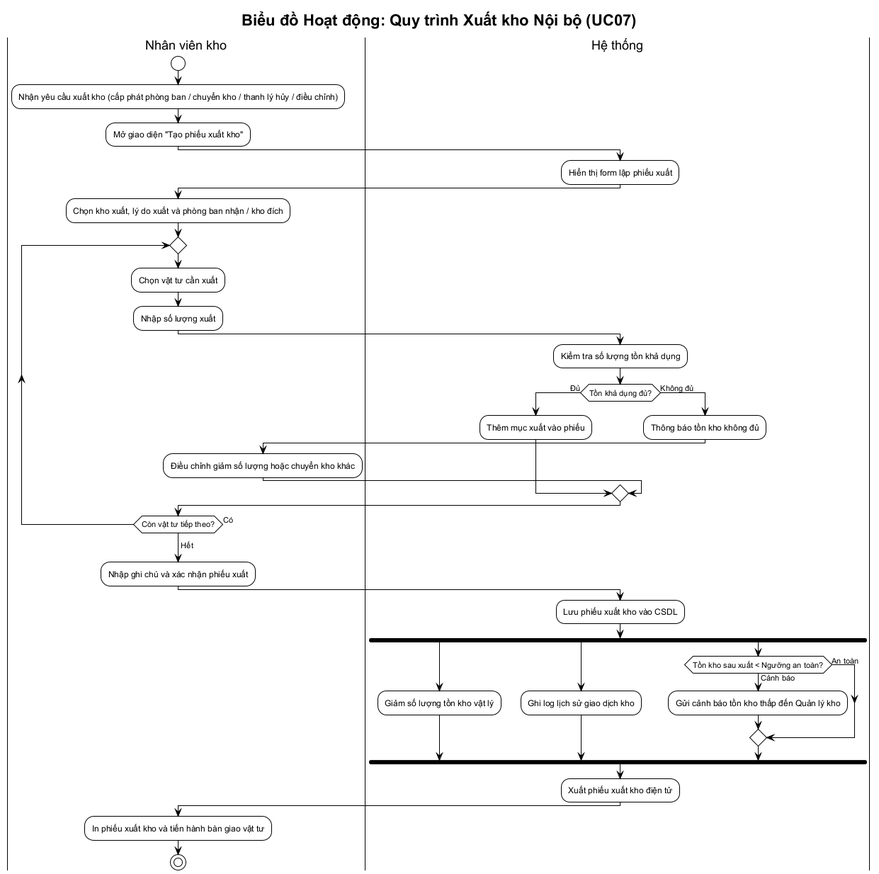
This is BTL-QuanLyKhoHang/diagrams/activity-xuat-kho.png from vuhoabinh2416137/G8_Quanlysanphamvakhohang, a PlantUML export, as it was before one commit.
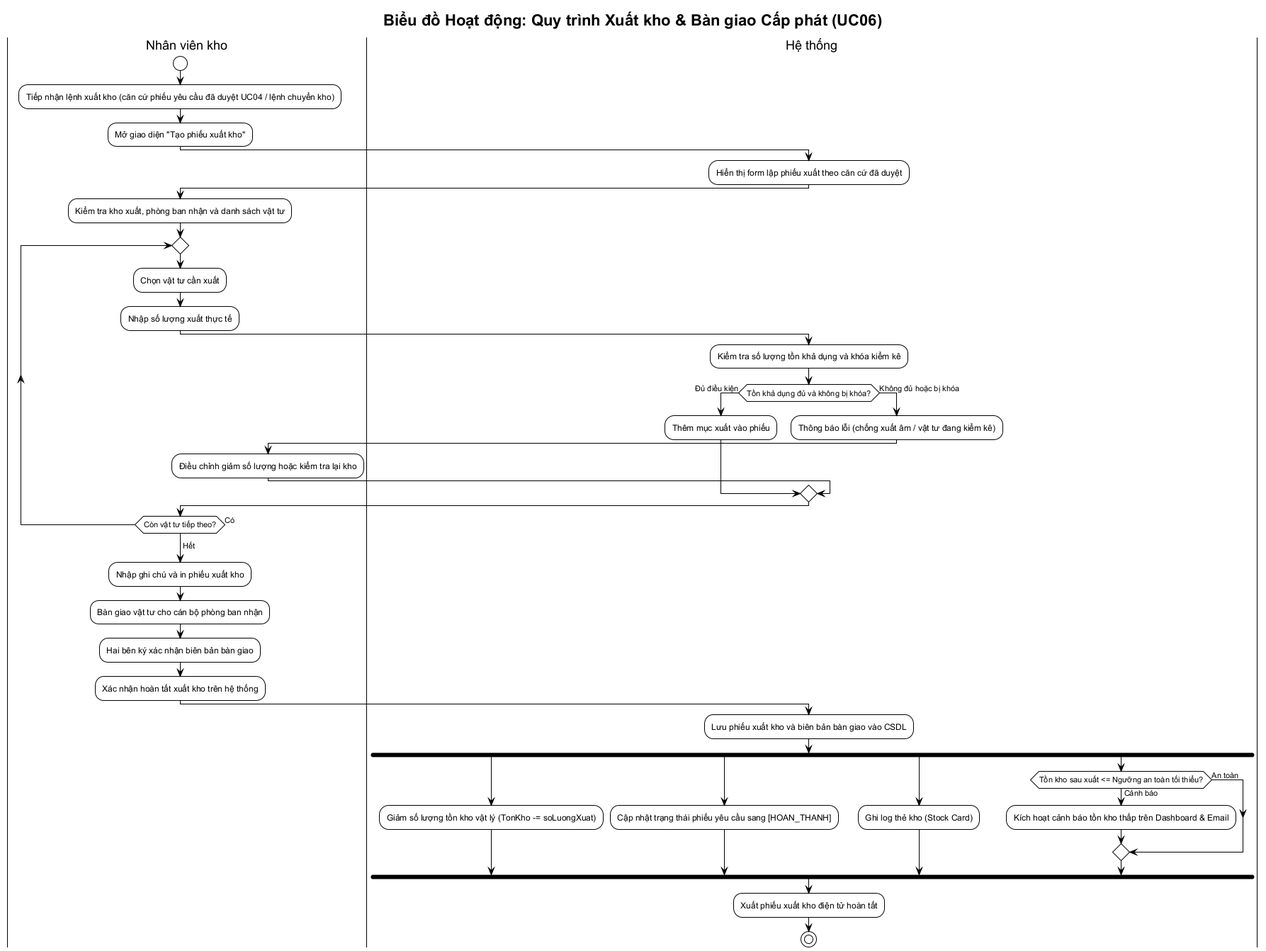
The same diagram one commit later.

What changed in the source:
```diff
@@ -1,52 +1,55 @@
 @startuml activity-xuat-kho
 !theme plain
 skinparam defaultFontName "Arial"
-title Biểu đồ Hoạt động: Quy trình Xuất kho Nội bộ (UC07)
+title Biểu đồ Hoạt động: Quy trình Xuất kho & Bàn giao Cấp phát (UC06)
 
 |Nhân viên kho|
 start
-:Nhận yêu cầu xuất kho (cấp phát phòng ban / chuyển kho / thanh lý hủy / điều chỉnh);
+:Tiếp nhận lệnh xuất kho (căn cứ phiếu yêu cầu đã duyệt UC04 / lệnh chuyển kho);
 :Mở giao diện "Tạo phiếu xuất kho";
 
 |Hệ thống|
-:Hiển thị form lập phiếu xuất;
+:Hiển thị form lập phiếu xuất theo căn cứ đã duyệt;
 
 |Nhân viên kho|
-:Chọn kho xuất, lý do xuất và phòng ban nhận / kho đích;
+:Kiểm tra kho xuất, phòng ban nhận và danh sách vật tư;
 repeat
     :Chọn vật tư cần xuất;
-    :Nhập số lượng xuất;
+    :Nhập số lượng xuất thực tế;
     |Hệ thống|
-    :Kiểm tra số lượng tồn khả dụng;
-    if (Tồn khả dụng đủ?) then (Đủ)
+    :Kiểm tra số lượng tồn khả dụng và khóa kiểm kê;
+    if (Tồn khả dụng đủ và không bị khóa?) then (Đủ điều kiện)
         :Thêm mục xuất vào phiếu;
-    else (Không đủ)
-        :Thông báo tồn kho không đủ;
+    else (Không đủ hoặc bị khóa)
+        :Thông báo lỗi (chống xuất âm / vật tư đang kiểm kê);
         |Nhân viên kho|
-        :Điều chỉnh giảm số lượng hoặc chuyển kho khác;
+        :Điều chỉnh giảm số lượng hoặc kiểm tra lại kho;
     endif
     |Nhân viên kho|
 repeat while (Còn vật tư tiếp theo?) is (Có)
 -> Hết;
 
 |Nhân viên kho|
-:Nhập ghi chú và xác nhận phiếu xuất;
+:Nhập ghi chú và in phiếu xuất kho;
+:Bàn giao vật tư cho cán bộ phòng ban nhận;
+:Hai bên ký xác nhận biên bản bàn giao;
+:Xác nhận hoàn tất xuất kho trên hệ thống;
 
 |Hệ thống|
-:Lưu phiếu xuất kho vào CSDL;
+:Lưu phiếu xuất kho và biên bản bàn giao vào CSDL;
 fork
-    :Giảm số lượng tồn kho vật lý;
+    :Giảm số lượng tồn kho vật lý (TonKho -= soLuongXuat);
 fork again
-    :Ghi log lịch sử giao dịch kho;
+    :Cập nhật trạng thái phiếu yêu cầu sang [HOAN_THANH];
 fork again
-    if (Tồn kho sau xuất < Ngưỡng an toàn?) then (Cảnh báo)
-        :Gửi cảnh báo tồn kho thấp đến Quản lý kho;
+    :Ghi log thẻ kho (Stock Card);
+fork again
+    if (Tồn kho sau xuất <= Ngưỡng an toàn tối thiểu?) then (Cảnh báo)
+        :Kích hoạt cảnh báo tồn kho thấp trên Dashboard & Email;
     else (An toàn)
     endif
 end fork
 
-:Xuất phiếu xuất kho điện tử;
-|Nhân viên kho|
-:In phiếu xuất kho và tiến hành bàn giao vật tư;
+:Xuất phiếu xuất kho điện tử hoàn tất;
 stop
 @enduml
```
